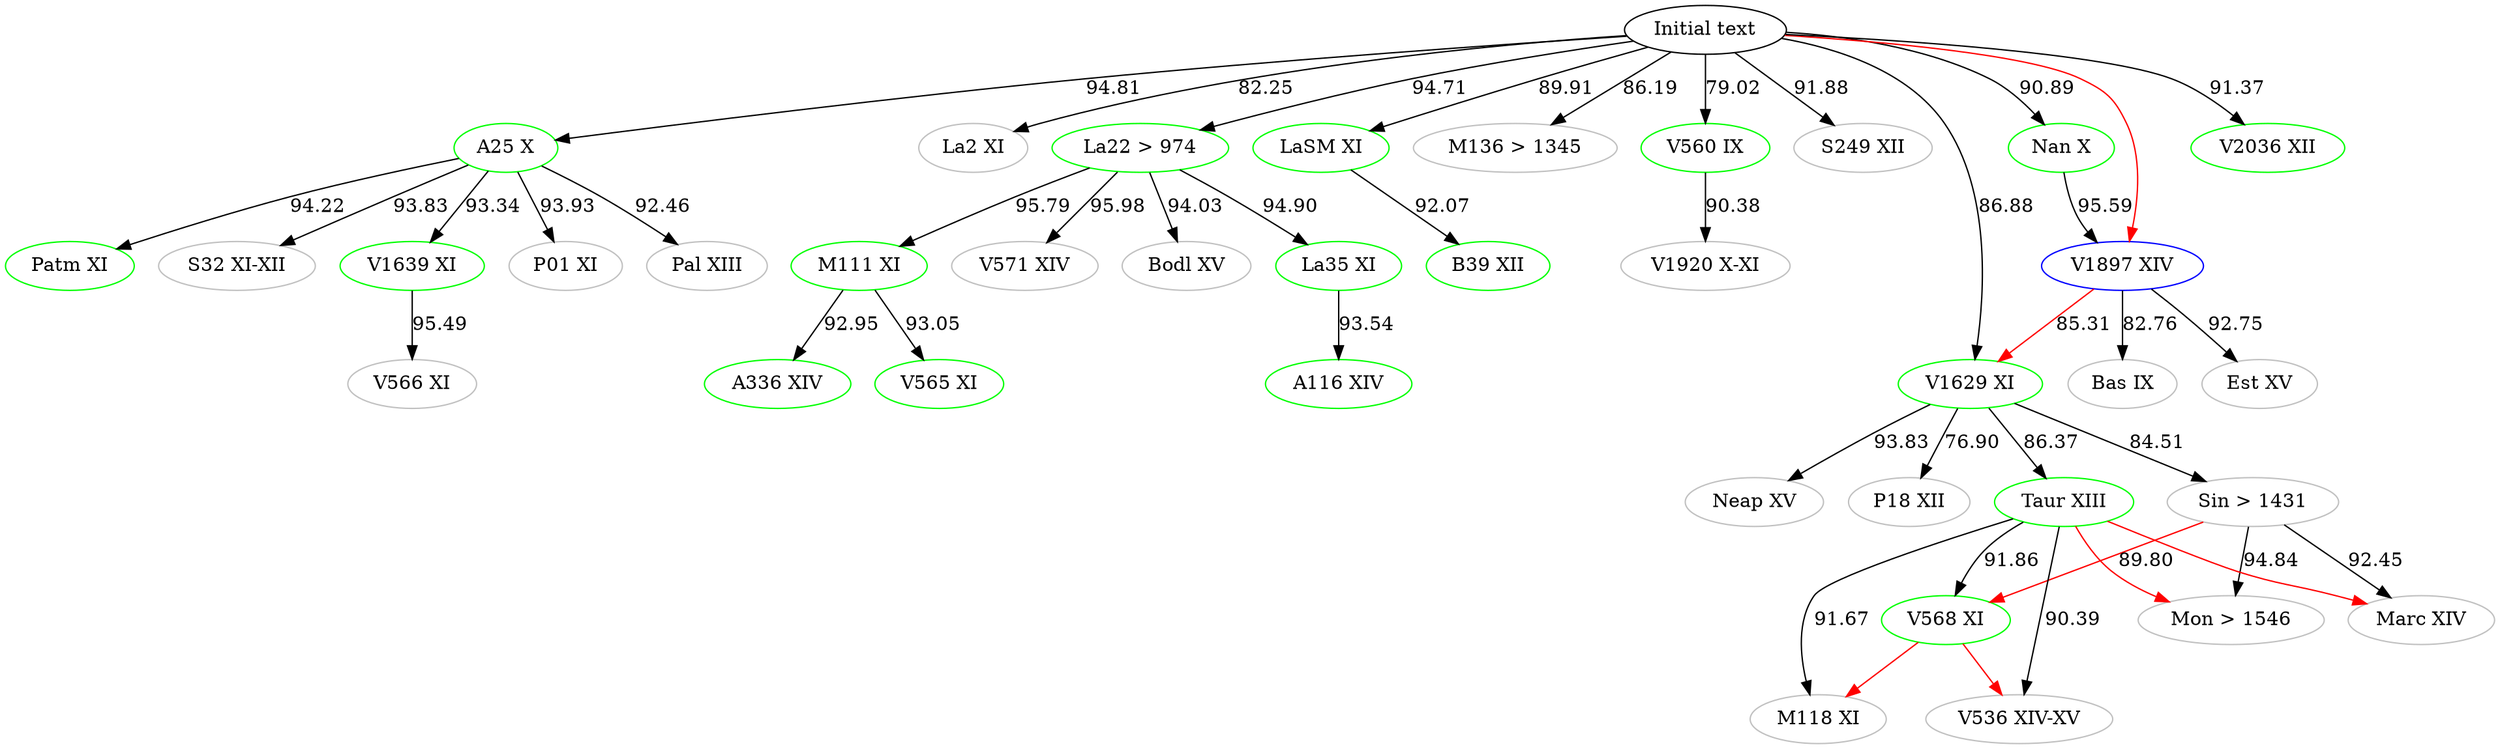
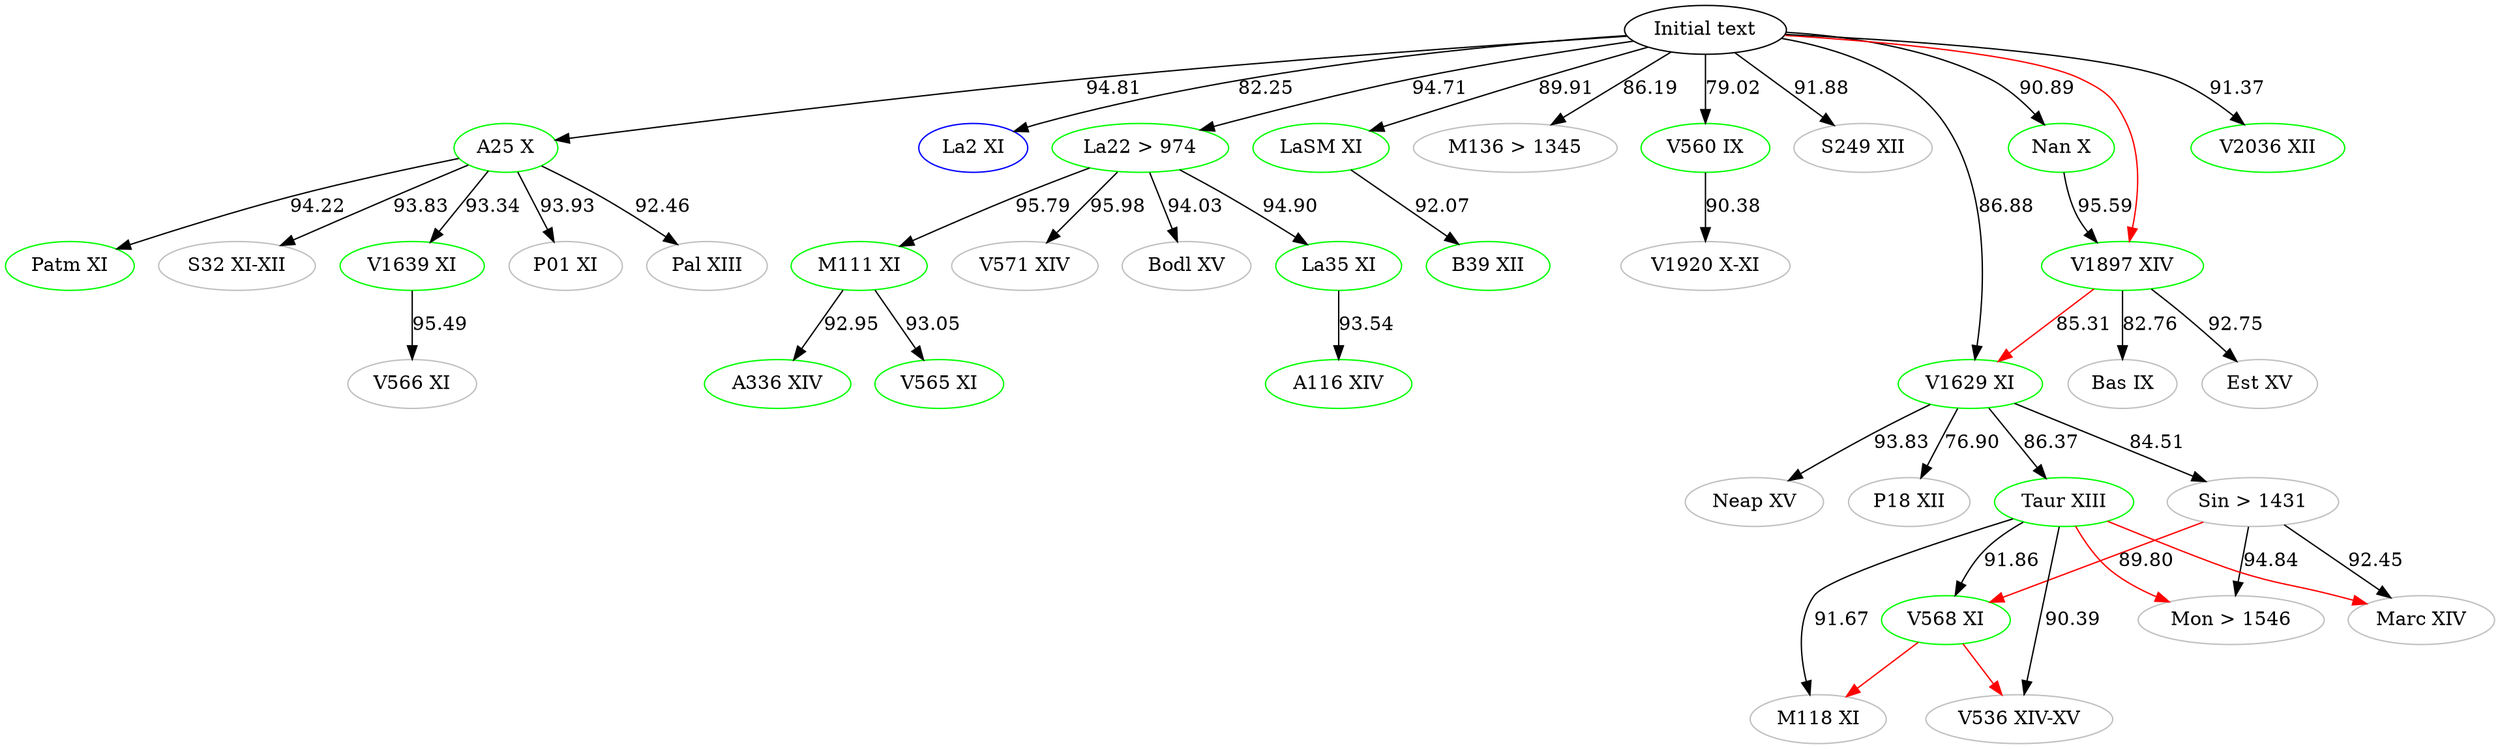
digraph {

    #Top [color="black", label="ω"]
    aBase [color="black", label="Initial text"]
    # Top [color="black", label="Initial text"]
	A116 [label="A116 XIV", color="green"]
	A25 [label="A25 X", color="green"]
	A336 [label="A336 XIV", color="green"]
	B39 [label="B39 XII", color="green"]
	Bas [label="Bas IX", color="grey"]
	Bodl [label="Bodl XV", color="grey"]
	Est [label="Est XV", color="grey"]
- 	La2 [label="La2 XI", color="grey"]
+ 	La2 [label="La2 XI", color="blue"]
	La22 [label="La22 > 974", color="green"]
	La35 [label="La35 XI", color="green"]
	LaSM [label="LaSM XI", color="green"]
	M111 [label="M111 XI", color="green"]
    M118 [label="M118 XI", color="grey"]
    M136 [label="M136 > 1345", color="grey"]
    Marc [label="Marc XIV", color="grey"]
    Mon [label="Mon > 1546", color="grey"]
	Nan [label="Nan X", color="green"]
    Neap [label="Neap XV", color="grey"]
    P01 [label="P01 XI", color="grey"]
    P18 [label="P18 XII", color="grey"]
	Pal [label="Pal XIII", color="grey"]
	Patm [label="Patm XI", color="green"]
    Sin [label="Sin > 1431", color="grey"]
	S32 [label="S32 XI-XII", color="grey"]
    S249 [label="S249 XII", color="grey"]
    Taur [label="Taur XIII", color="green"]
    V536 [label="V536 XIV-XV", color="grey"]
	V560 [label="V560 IX", color="green"]
	V565 [label="V565 XI", color="green"]
	V566 [label="V566 XI", color="grey"]
	V568 [label="V568 XI", color="green"]
	V571 [label="V571 XIV", color="grey"]
    V1629 [label="V1629 XI", color="green"]
	V1639 [label="V1639 XI", color="green"]
- 	V1897 [label="V1897 XIV", color="blue"]
+ 	V1897 [label="V1897 XIV", color="green"]
	V1920 [label="V1920 X-XI", color="grey"]
    V2036 [label="V2036 XII", color="green"]




    #Top -> aBase
    aBase -> A25 [label="94.81"]
    aBase -> M136 [label="86.19"]
    aBase -> V2036 [label="91.37"]
    # V2036 -> Patm [label="91.14", color="blue"]
    aBase -> V1629 [label="86.88"]
    aBase -> V560[label="79.02"]
    aBase -> La2 [label="82.25"]
    aBase -> S249 [label="91.88"]
    aBase -> LaSM [label="89.91"]
	aBase -> La22 [label="94.71"]
    aBase -> Nan [label="90.89"]

	# A25 -> M136 [label="85.50"]
    # M136 -> A25 [label="85.50" color="blue"]
	A25 -> Pal [label="92.46"]
	A25 -> P01 [label="93.93"]
    A25 -> V1639 [label="93.34"]
    A25 -> S32 [label="93.83"]
    A25 -> Patm [label="94.22"]

    #A25 -> La2 [color="red"]
    #A25 -> V566[color="red"]
    #A25 -> LaSM[color="red"]
    #A25 -> La22[color="red"]
    #A25 -> M136[color="red"]
    #A25 -> Nan[color="red"]
    #A25 -> S249[color="red"]
    #A25 -> V2036[color="red"]

    #aBase -> P01 [color="red"]
    #aBase -> Pal [color="red"]
    #aBase -> Patm [color="red"]
    #aBase -> La35[color="red"]
    #aBase -> B39[color="red"]
    #aBase -> V1920[color="red"]
    aBase -> V1897[color="red"]
    #aBase -> Neap[color="red"]

    #Bodl -> V1639[color="red"]
    #Patm -> S32[color="red"]
    #Patm -> V560[color="red"]

    #La22 -> A116[color="red"]
    #La22 -> V565[color="red"]
    #La22 -> A336[color="red"]

    Taur -> Mon[color="red"]
    Taur -> Marc[color="red"]

    Sin -> V568[label="89.80" color="red"]

    V568 -> V536[color="red"]
    V568 -> M118[color="red"]

    #V571 -> Bodl[color="red"]
    #M111 -> V571[color="red"]
    #La35 -> M111[color="red"]
    V1897 -> V1629[label="85.31" color="red"]
    #Nan -> Bas[color="red"]
    #Nan -> Est[color="red"]
    #Neap -> Taur[color="red"]
    #Neap -> Sin[color="red"]
   #Neap -> P18[color="red"]




	V1639 -> V566 [label="95.49"]

	La22 -> La35 [label= "94.90"]
	La22 -> M111 [label="95.79"]
	La22 -> Bodl [label="94.03"]
    La22 -> V571 [label="95.98"]

	La35 -> A116 [label="93.54"]

	M111 -> V565 [label="93.05"]
	M111 -> A336 [label="92.95"]



	Sin -> Marc [label="92.45"]

	V1629 -> Neap [label="93.83"]
	V1629 -> Sin [label="84.51"]
	V1629 -> Taur [label="86.37"]
    V1629 -> P18 [label="76.90"]

	Taur -> V568 [label="91.86"]
	Taur -> M118 [label="91.67"]
	Taur -> V536 [label="90.39"]
    # Taur -> Marc [color="blue" label="91.96"]
    # Marc -> Mon [color="blue" label="94.12"]
	Sin -> Mon [label="94.84"]

	V560 -> V1920 [label="90.38"]

	V1897 -> Est [label="92.75"]
    V1897 -> Bas [label="82.76"]

    Nan -> V1897 [label="95.59"]



    LaSM -> B39 [label="92.07"]



}

